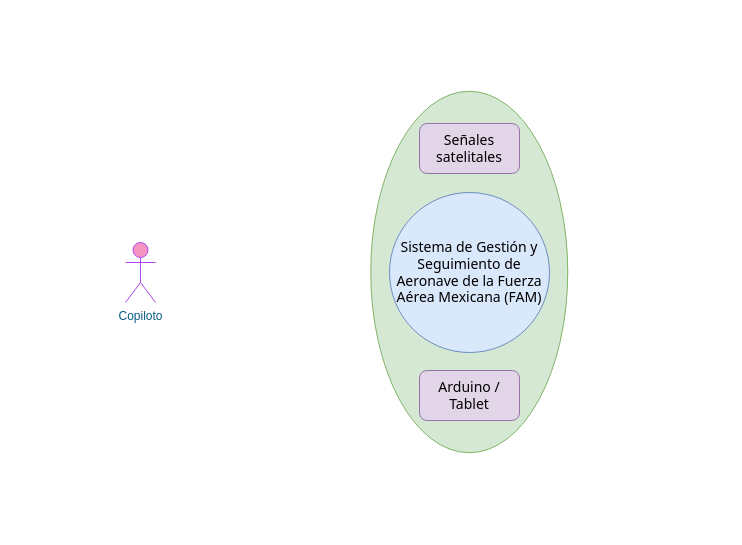
Archundia-Cortez-Brandon-Said/contextUML keeps this draw.io diagram as context.drawio. Above is the earlier version. Source tidied: cells renumbered, new cells numbered last; positions are measured from the earlier drawing's top-left corner, leaving out a move shared by most shapes. Both pictures are drawn from the tidied source at 100%, with x=0, y=0 at pixel (125, 123).
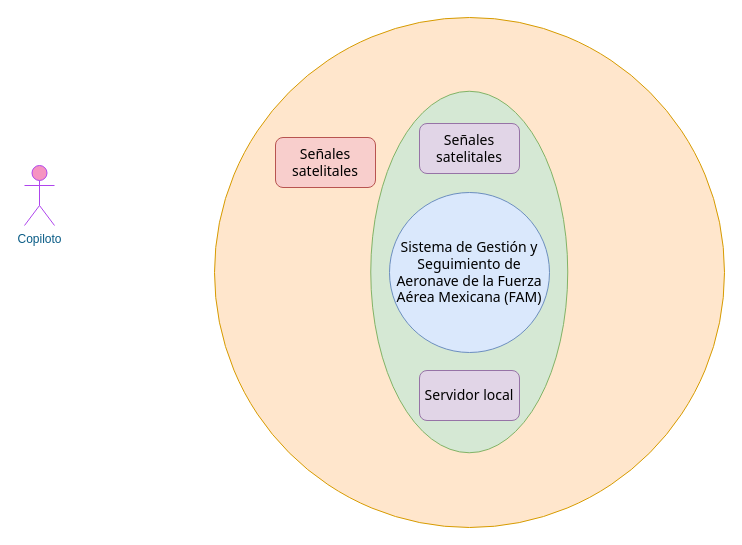
After the change.

What changed in the source:
```diff
@@
 <mxGraphModel>
   <root>
     <mxCell id="0" />
     <mxCell id="1" parent="0" />
+    <mxCell id="3" value="Copiloto" style="shape=umlActor;verticalLabelPosition=bottom;verticalAlign=top;html=1;fillColor=#F694C1;strokeColor=#AF45ED;fontColor=#095C86;" parent="1" vertex="1">
+      <mxGeometry x="-101" y="42" width="30" height="60" as="geometry" />
+    </mxCell>
+    <mxCell id="7" style="ellipse;whiteSpace=wrap;html=1;fillColor=#ffe6cc;strokeColor=#d79b00;" parent="1" vertex="1">
+      <mxGeometry x="89" y="-106" width="510" height="510" as="geometry" />
+    </mxCell>
     <mxCell id="2" style="ellipse;whiteSpace=wrap;html=1;rounded=0;sketch=0;fontFamily=Tahoma;fontSize=14;strokeColor=#82b366;fillColor=#d5e8d4;rotation=90;" parent="1" vertex="1">
       <mxGeometry x="163" y="50" width="361.5" height="197" as="geometry" />
     </mxCell>
-    <mxCell id="3" value="Copiloto" style="shape=umlActor;verticalLabelPosition=bottom;verticalAlign=top;html=1;fillColor=#F694C1;strokeColor=#AF45ED;fontColor=#095C86;" parent="1" vertex="1">
-      <mxGeometry y="119" width="30" height="60" as="geometry" />
-    </mxCell>
     <mxCell id="4" value="Sistema de Gestión y Seguimiento de Aeronave de la Fuerza Aérea Mexicana (FAM)" style="ellipse;rounded=0;sketch=0;strokeColor=#6c8ebf;fillColor=#dae8fc;rotation=90;verticalAlign=middle;horizontal=0;fontStyle=0;fontSize=14;fontFamily=Tahoma;align=center;whiteSpace=wrap;" parent="1" vertex="1">
       <mxGeometry x="264" y="69" width="160" height="160" as="geometry" />
     </mxCell>
     <mxCell id="5" value="Señales satelitales" style="rounded=1;whiteSpace=wrap;html=1;sketch=0;fontFamily=Tahoma;fontSize=14;strokeColor=#9673a6;fillColor=#e1d5e7;align=center;" parent="1" vertex="1">
       <mxGeometry x="294" width="100" height="50" as="geometry" />
     </mxCell>
-    <mxCell id="6" value="Arduino / Tablet" style="rounded=1;whiteSpace=wrap;html=1;sketch=0;fontFamily=Tahoma;fontSize=14;strokeColor=#9673a6;fillColor=#e1d5e7;align=center;" parent="1" vertex="1">
+    <mxCell id="6" value="Servidor local" style="rounded=1;whiteSpace=wrap;html=1;sketch=0;fontFamily=Tahoma;fontSize=14;strokeColor=#9673a6;fillColor=#e1d5e7;align=center;" parent="1" vertex="1">
       <mxGeometry x="294" y="247" width="100" height="50" as="geometry" />
     </mxCell>
+    <mxCell id="8" value="Señales satelitales" style="rounded=1;whiteSpace=wrap;html=1;sketch=0;fontFamily=Tahoma;fontSize=14;strokeColor=#b85450;fillColor=#f8cecc;align=center;" parent="1" vertex="1">
+      <mxGeometry x="150" y="14" width="100" height="50" as="geometry" />
+    </mxCell>
   </root>
 </mxGraphModel>
```
